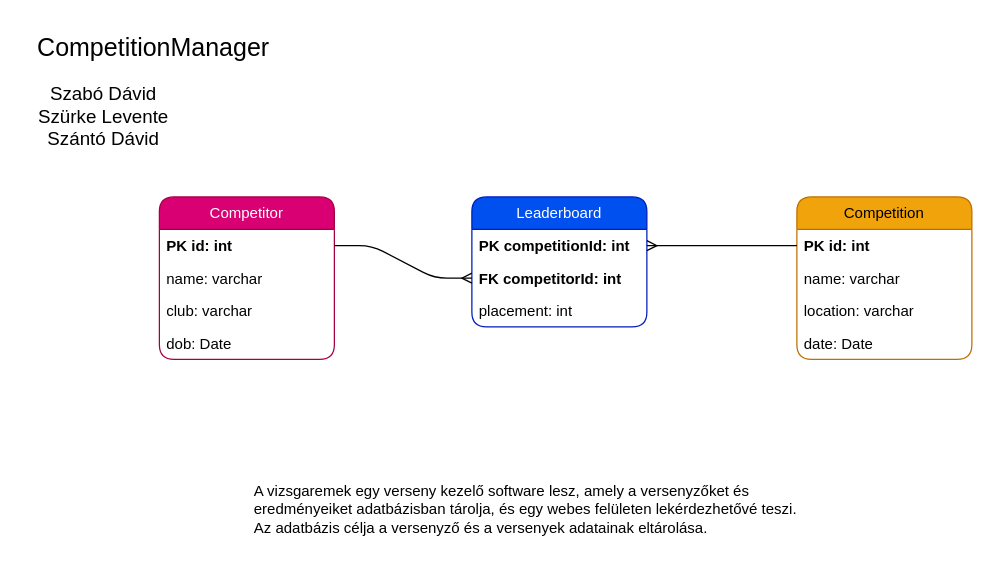
The draw.io diagram project/DatabaseDesign.drawio in szdav1/CompetitionManager-Admin, before the edit. Source tidied: cells renumbered, new cells numbered last; positions are measured from the earlier drawing's top-left corner, leaving out a move shared by most shapes. Both pictures are drawn from the tidied source at 125%, with x=0, y=0 at pixel (21, 21).
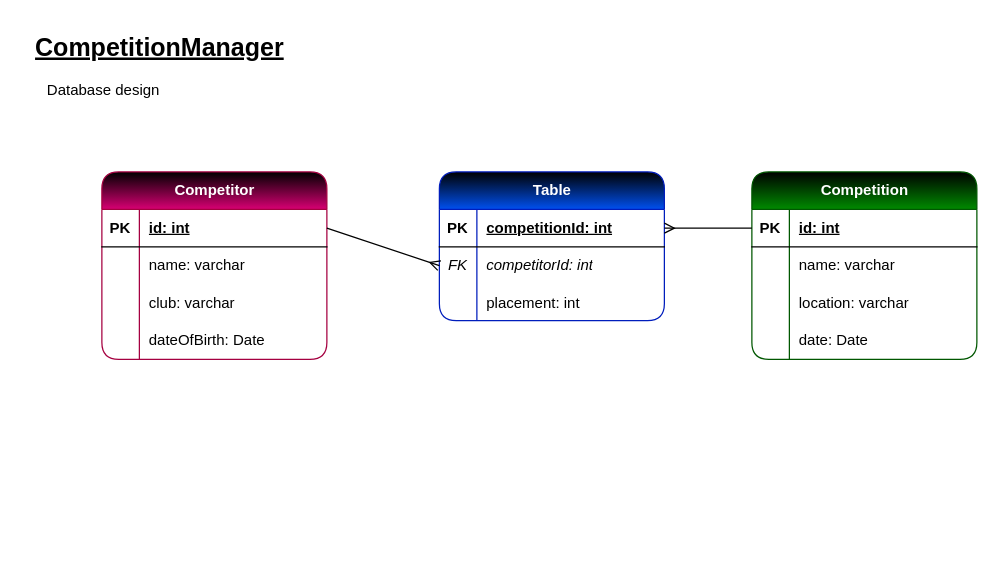
Above is the later version.

What changed in the source:
```diff
@@
-    <mxCell id="2" value="CompetitionManager" style="text;html=1;align=center;verticalAlign=middle;strokeColor=none;fillColor=none;fontSize=20;rounded=1;" parent="1" vertex="1">
-      <mxGeometry width="210" height="40" as="geometry" />
+    <mxCell id="2" value="CompetitionManager" style="text;html=1;align=center;verticalAlign=middle;strokeColor=none;fillColor=none;fontSize=20;rounded=1;fontStyle=5;" parent="1" vertex="1">
+      <mxGeometry width="220" height="40" as="geometry" />
     </mxCell>
-    <mxCell id="3" value="Szabó Dávid&lt;br style=&quot;font-size: 15px;&quot;&gt;Szürke Levente&lt;br style=&quot;font-size: 15px;&quot;&gt;Szántó Dávid" style="text;html=1;align=center;verticalAlign=middle;strokeColor=none;fillColor=none;fontSize=15;rounded=1;" parent="1" vertex="1">
-      <mxGeometry y="40" width="130" height="70" as="geometry" />
-    </mxCell>
-    <mxCell id="4" value="Competitor" style="swimlane;fontStyle=0;horizontal=1;startSize=26;fillColor=#d80073;whiteSpace=wrap;html=1;rounded=1;fontColor=#ffffff;strokeColor=#A50040;" parent="1" vertex="1">
-      <mxGeometry x="110" y="140" width="140" height="130" as="geometry" />
+    <mxCell id="4" value="Competitor" style="shape=table;startSize=30;childLayout=tableLayout;rowLines=0;fontStyle=1;align=center;html=1;rounded=1;shadow=0;fillColor=#d80073;fontColor=#ffffff;strokeColor=#A50040;swimlaneFillColor=none;gradientColor=default;gradientDirection=north;" parent="1" vertex="1">
+      <mxGeometry x="64" y="120" width="180" height="150" as="geometry" />
     </mxCell>
-    <mxCell id="5" value="PK id: int" style="text;strokeColor=none;fillColor=none;align=left;verticalAlign=top;spacingLeft=4;spacingRight=4;overflow=hidden;points=[[0,0.5],[1,0.5]];portConstraint=eastwest;whiteSpace=wrap;html=1;fontStyle=1;" parent="4" vertex="1">
-      <mxGeometry y="26" width="140" height="26" as="geometry" />
-    </mxCell>
-    <mxCell id="6" value="name: varchar" style="text;strokeColor=none;fillColor=none;align=left;verticalAlign=top;spacingLeft=4;spacingRight=4;overflow=hidden;whiteSpace=wrap;html=1;rounded=1;fontStyle=0;" parent="4" vertex="1">
-      <mxGeometry y="52" width="140" height="26" as="geometry" />
-    </mxCell>
+    <mxCell id="21" style="shape=tableRow;horizontal=0;startSize=0;swimlaneHead=0;swimlaneBody=0;fillColor=none;points=[[0,0.5],[1,0.5]];portConstraint=eastwest;top=0;left=0;right=0;bottom=1;" parent="4" vertex="1">
+      <mxGeometry y="30" width="180" height="30" as="geometry" />
+    </mxCell>
+    <mxCell id="22" value="PK" style="shape=partialRectangle;fillColor=none;top=0;left=0;bottom=0;right=0;fontStyle=1;overflow=hidden;whiteSpace=wrap;html=1;" parent="21" vertex="1">
+      <mxGeometry width="30" height="30" as="geometry" />
+    </mxCell>
+    <mxCell id="23" value="id: int" style="shape=partialRectangle;fillColor=none;top=0;left=0;bottom=0;right=0;align=left;spacingLeft=6;fontStyle=5;overflow=hidden;whiteSpace=wrap;html=1;" parent="21" vertex="1">
+      <mxGeometry x="30" width="150" height="30" as="geometry" />
+    </mxCell>
+    <mxCell id="24" style="shape=tableRow;horizontal=0;startSize=0;swimlaneHead=0;swimlaneBody=0;fillColor=none;top=0;left=0;right=0;bottom=0;" parent="4" vertex="1">
+      <mxGeometry y="60" width="180" height="30" as="geometry" />
+    </mxCell>
+    <mxCell id="25" style="shape=partialRectangle;fillColor=none;top=0;left=0;bottom=0;right=0;overflow=hidden;whiteSpace=wrap;html=1;" parent="24" vertex="1">
+      <mxGeometry width="30" height="30" as="geometry" />
+    </mxCell>
+    <mxCell id="26" value="name: varchar" style="shape=partialRectangle;fillColor=none;top=0;left=0;bottom=0;right=0;align=left;spacingLeft=6;overflow=hidden;whiteSpace=wrap;html=1;" parent="24" vertex="1">
+      <mxGeometry x="30" width="150" height="30" as="geometry" />
+    </mxCell>
+    <mxCell id="27" style="shape=tableRow;horizontal=0;startSize=0;swimlaneHead=0;swimlaneBody=0;fillColor=none;top=0;left=0;right=0;bottom=0;" parent="4" vertex="1">
+      <mxGeometry y="90" width="180" height="30" as="geometry" />
+    </mxCell>
+    <mxCell id="28" style="shape=partialRectangle;fillColor=none;top=0;left=0;bottom=0;right=0;overflow=hidden;whiteSpace=wrap;html=1;" parent="27" vertex="1">
+      <mxGeometry width="30" height="30" as="geometry" />
+    </mxCell>
-    <mxCell id="7" value="club: varchar" style="text;strokeColor=none;fillColor=none;align=left;verticalAlign=top;spacingLeft=4;spacingRight=4;overflow=hidden;whiteSpace=wrap;html=1;rounded=1;fontStyle=0;" parent="4" vertex="1">
-      <mxGeometry y="78" width="140" height="26" as="geometry" />
+    <mxCell id="7" value="club: varchar" style="shape=partialRectangle;fillColor=none;top=0;left=0;bottom=0;right=0;align=left;spacingLeft=6;overflow=hidden;whiteSpace=wrap;html=1;" parent="27" vertex="1">
+      <mxGeometry x="30" width="150" height="30" as="geometry" />
     </mxCell>
-    <mxCell id="8" value="dob: Date" style="text;strokeColor=none;fillColor=none;align=left;verticalAlign=top;spacingLeft=4;spacingRight=4;overflow=hidden;whiteSpace=wrap;html=1;rounded=1;fontStyle=0;" parent="4" vertex="1">
-      <mxGeometry y="104" width="140" height="26" as="geometry" />
-    </mxCell>
+    <mxCell id="29" style="shape=tableRow;horizontal=0;startSize=0;swimlaneHead=0;swimlaneBody=0;fillColor=none;top=0;left=0;right=0;bottom=0;" parent="4" vertex="1">
+      <mxGeometry y="120" width="180" height="30" as="geometry" />
+    </mxCell>
+    <mxCell id="30" style="shape=partialRectangle;fillColor=none;top=0;left=0;bottom=0;right=0;overflow=hidden;whiteSpace=wrap;html=1;" parent="29" vertex="1">
+      <mxGeometry width="30" height="30" as="geometry" />
+    </mxCell>
+    <mxCell id="31" value="dateOfBirth: Date" style="shape=partialRectangle;fillColor=none;top=0;left=0;bottom=0;right=0;align=left;spacingLeft=6;overflow=hidden;whiteSpace=wrap;html=1;" parent="29" vertex="1">
+      <mxGeometry x="30" width="150" height="30" as="geometry" />
+    </mxCell>
+    <mxCell id="32" value="Table" style="shape=table;startSize=30;childLayout=tableLayout;rowLines=0;fontStyle=1;align=center;html=1;rounded=1;shadow=0;fillColor=#0050ef;fontColor=#ffffff;strokeColor=#001DBC;swimlaneFillColor=none;gradientColor=default;gradientDirection=north;" parent="1" vertex="1">
+      <mxGeometry x="334" y="120" width="180" height="119" as="geometry" />
+    </mxCell>
+    <mxCell id="33" style="shape=tableRow;horizontal=0;startSize=0;swimlaneHead=0;swimlaneBody=0;fillColor=none;points=[[0,0.5],[1,0.5]];portConstraint=eastwest;top=0;left=0;right=0;bottom=1;" parent="32" vertex="1">
+      <mxGeometry y="30" width="180" height="30" as="geometry" />
+    </mxCell>
+    <mxCell id="34" value="PK" style="shape=partialRectangle;fillColor=none;top=0;left=0;bottom=0;right=0;fontStyle=1;overflow=hidden;whiteSpace=wrap;html=1;" parent="33" vertex="1">
+      <mxGeometry width="30" height="30" as="geometry" />
+    </mxCell>
+    <mxCell id="35" value="competitionId: int" style="shape=partialRectangle;fillColor=none;top=0;left=0;bottom=0;right=0;align=left;spacingLeft=6;fontStyle=5;overflow=hidden;whiteSpace=wrap;html=1;" parent="33" vertex="1">
+      <mxGeometry x="30" width="150" height="30" as="geometry" />
+    </mxCell>
+    <mxCell id="36" style="shape=tableRow;horizontal=0;startSize=0;swimlaneHead=0;swimlaneBody=0;fillColor=none;points=[[0,0.5],[1,0.5]];portConstraint=eastwest;top=0;left=0;right=0;bottom=0;" parent="32" vertex="1">
+      <mxGeometry y="60" width="180" height="30" as="geometry" />
+    </mxCell>
+    <mxCell id="37" value="FK" style="shape=partialRectangle;fillColor=none;top=0;left=0;bottom=0;right=0;fontStyle=2;overflow=hidden;whiteSpace=wrap;html=1;" parent="36" vertex="1">
+      <mxGeometry width="30" height="30" as="geometry" />
+    </mxCell>
+    <mxCell id="38" value="competitorId: int" style="shape=partialRectangle;fillColor=none;top=0;left=0;bottom=0;right=0;align=left;spacingLeft=6;fontStyle=2;overflow=hidden;whiteSpace=wrap;html=1;" parent="36" vertex="1">
+      <mxGeometry x="30" width="150" height="30" as="geometry" />
+    </mxCell>
+    <mxCell id="39" style="shape=tableRow;horizontal=0;startSize=0;swimlaneHead=0;swimlaneBody=0;fillColor=none;top=0;left=0;right=0;bottom=0;" parent="32" vertex="1">
+      <mxGeometry y="90" width="180" height="29" as="geometry" />
+    </mxCell>
+    <mxCell id="40" style="shape=partialRectangle;fillColor=none;top=0;left=0;bottom=0;right=0;overflow=hidden;whiteSpace=wrap;html=1;" parent="39" vertex="1">
+      <mxGeometry width="30" height="29" as="geometry" />
+    </mxCell>
+    <mxCell id="17" value="placement: int" style="shape=partialRectangle;fillColor=none;top=0;left=0;bottom=0;right=0;align=left;spacingLeft=6;overflow=hidden;whiteSpace=wrap;html=1;" parent="39" vertex="1">
+      <mxGeometry x="30" width="150" height="29" as="geometry" />
+    </mxCell>
-    <mxCell id="9" value="Competition" style="swimlane;fontStyle=0;horizontal=1;startSize=26;fillColor=#f0a30a;whiteSpace=wrap;html=1;rounded=1;fontColor=#000000;strokeColor=#BD7000;" parent="1" vertex="1">
-      <mxGeometry x="620" y="140" width="140" height="130" as="geometry" />
+    <mxCell id="9" value="Competition" style="shape=table;startSize=30;childLayout=tableLayout;rowLines=0;fontStyle=1;align=center;html=1;rounded=1;shadow=0;fillColor=#008a00;fontColor=#ffffff;strokeColor=#005700;swimlaneFillColor=none;gradientColor=default;gradientDirection=north;" parent="1" vertex="1">
+      <mxGeometry x="584" y="120" width="180" height="150" as="geometry" />
     </mxCell>
-    <mxCell id="10" value="PK id: int" style="text;strokeColor=none;fillColor=none;align=left;verticalAlign=top;spacingLeft=4;spacingRight=4;overflow=hidden;points=[[0,0.5],[1,0.5]];portConstraint=eastwest;whiteSpace=wrap;html=1;fontStyle=1;" parent="9" vertex="1">
-      <mxGeometry y="26" width="140" height="26" as="geometry" />
-    </mxCell>
-    <mxCell id="11" value="name: varchar" style="text;strokeColor=none;fillColor=none;align=left;verticalAlign=top;spacingLeft=4;spacingRight=4;overflow=hidden;whiteSpace=wrap;html=1;" parent="9" vertex="1">
-      <mxGeometry y="52" width="140" height="26" as="geometry" />
-    </mxCell>
+    <mxCell id="41" style="shape=tableRow;horizontal=0;startSize=0;swimlaneHead=0;swimlaneBody=0;fillColor=none;points=[[0,0.5],[1,0.5]];portConstraint=eastwest;top=0;left=0;right=0;bottom=1;" parent="9" vertex="1">
+      <mxGeometry y="30" width="180" height="30" as="geometry" />
+    </mxCell>
+    <mxCell id="42" value="PK" style="shape=partialRectangle;fillColor=none;top=0;left=0;bottom=0;right=0;fontStyle=1;overflow=hidden;whiteSpace=wrap;html=1;" parent="41" vertex="1">
+      <mxGeometry width="30" height="30" as="geometry" />
+    </mxCell>
+    <mxCell id="43" value="id: int" style="shape=partialRectangle;fillColor=none;top=0;left=0;bottom=0;right=0;align=left;spacingLeft=6;fontStyle=5;overflow=hidden;whiteSpace=wrap;html=1;" parent="41" vertex="1">
+      <mxGeometry x="30" width="150" height="30" as="geometry" />
+    </mxCell>
+    <mxCell id="44" style="shape=tableRow;horizontal=0;startSize=0;swimlaneHead=0;swimlaneBody=0;fillColor=none;top=0;left=0;right=0;bottom=0;" parent="9" vertex="1">
+      <mxGeometry y="60" width="180" height="30" as="geometry" />
+    </mxCell>
+    <mxCell id="45" style="shape=partialRectangle;fillColor=none;top=0;left=0;bottom=0;right=0;overflow=hidden;whiteSpace=wrap;html=1;" parent="44" vertex="1">
+      <mxGeometry width="30" height="30" as="geometry" />
+    </mxCell>
+    <mxCell id="46" value="name: varchar" style="shape=partialRectangle;fillColor=none;top=0;left=0;bottom=0;right=0;align=left;spacingLeft=6;overflow=hidden;whiteSpace=wrap;html=1;" parent="44" vertex="1">
+      <mxGeometry x="30" width="150" height="30" as="geometry" />
+    </mxCell>
+    <mxCell id="47" style="shape=tableRow;horizontal=0;startSize=0;swimlaneHead=0;swimlaneBody=0;fillColor=none;top=0;left=0;right=0;bottom=0;" parent="9" vertex="1">
+      <mxGeometry y="90" width="180" height="30" as="geometry" />
+    </mxCell>
+    <mxCell id="48" style="shape=partialRectangle;fillColor=none;top=0;left=0;bottom=0;right=0;overflow=hidden;whiteSpace=wrap;html=1;" parent="47" vertex="1">
+      <mxGeometry width="30" height="30" as="geometry" />
+    </mxCell>
-    <mxCell id="12" value="location: varchar" style="text;strokeColor=none;fillColor=none;align=left;verticalAlign=top;spacingLeft=4;spacingRight=4;overflow=hidden;whiteSpace=wrap;html=1;" parent="9" vertex="1">
-      <mxGeometry y="78" width="140" height="26" as="geometry" />
+    <mxCell id="12" value="location: varchar" style="shape=partialRectangle;fillColor=none;top=0;left=0;bottom=0;right=0;align=left;spacingLeft=6;overflow=hidden;whiteSpace=wrap;html=1;" parent="47" vertex="1">
+      <mxGeometry x="30" width="150" height="30" as="geometry" />
     </mxCell>
+    <mxCell id="49" style="shape=tableRow;horizontal=0;startSize=0;swimlaneHead=0;swimlaneBody=0;fillColor=none;top=0;left=0;right=0;bottom=0;" parent="9" vertex="1">
+      <mxGeometry y="120" width="180" height="30" as="geometry" />
+    </mxCell>
+    <mxCell id="50" style="shape=partialRectangle;fillColor=none;top=0;left=0;bottom=0;right=0;overflow=hidden;whiteSpace=wrap;html=1;" parent="49" vertex="1">
+      <mxGeometry width="30" height="30" as="geometry" />
+    </mxCell>
-    <mxCell id="13" value="date: Date" style="text;strokeColor=none;fillColor=none;align=left;verticalAlign=top;spacingLeft=4;spacingRight=4;overflow=hidden;whiteSpace=wrap;html=1;" parent="9" vertex="1">
-      <mxGeometry y="104" width="140" height="26" as="geometry" />
+    <mxCell id="13" value="date: Date" style="shape=partialRectangle;fillColor=none;top=0;left=0;bottom=0;right=0;align=left;spacingLeft=6;overflow=hidden;whiteSpace=wrap;html=1;" parent="49" vertex="1">
+      <mxGeometry x="30" width="150" height="30" as="geometry" />
     </mxCell>
-    <mxCell id="14" value="Leaderboard" style="swimlane;fontStyle=0;horizontal=1;startSize=26;fillColor=#0050ef;whiteSpace=wrap;html=1;rounded=1;fontColor=#ffffff;strokeColor=#001DBC;" parent="1" vertex="1">
-      <mxGeometry x="360" y="140" width="140" height="104" as="geometry" />
-    </mxCell>
-    <mxCell id="15" value="PK competitionId: int" style="text;strokeColor=none;fillColor=none;align=left;verticalAlign=top;spacingLeft=4;spacingRight=4;overflow=hidden;points=[[0,0.5],[1,0.5]];portConstraint=eastwest;whiteSpace=wrap;html=1;fontStyle=1;" parent="14" vertex="1">
-      <mxGeometry y="26" width="140" height="26" as="geometry" />
-    </mxCell>
-    <mxCell id="16" value="FK competitorId: int" style="text;strokeColor=none;fillColor=none;align=left;verticalAlign=top;spacingLeft=4;spacingRight=4;overflow=hidden;points=[[0,0.5],[1,0.5]];portConstraint=eastwest;whiteSpace=wrap;html=1;fontStyle=1;" parent="14" vertex="1">
-      <mxGeometry y="52" width="140" height="26" as="geometry" />
-    </mxCell>
-    <mxCell id="17" value="placement: int" style="text;strokeColor=none;fillColor=none;align=left;verticalAlign=top;spacingLeft=4;spacingRight=4;overflow=hidden;whiteSpace=wrap;html=1;" parent="14" vertex="1">
-      <mxGeometry y="78" width="140" height="26" as="geometry" />
-    </mxCell>
-    <mxCell id="18" style="edgeStyle=entityRelationEdgeStyle;fontSize=12;html=1;endArrow=ERmany;rounded=1;exitX=0;exitY=0.5;exitDx=0;exitDy=0;entryX=1;entryY=0.5;entryDx=0;entryDy=0;" parent="1" edge="1" source="10" target="15">
-      <mxGeometry relative="1" as="geometry" />
-    </mxCell>
-    <mxCell id="19" style="edgeStyle=entityRelationEdgeStyle;fontSize=12;html=1;endArrow=ERmany;rounded=1;exitX=1;exitY=0.5;exitDx=0;exitDy=0;entryX=0;entryY=0.5;entryDx=0;entryDy=0;" parent="1" edge="1" source="5" target="16">
-      <mxGeometry relative="1" as="geometry" />
-    </mxCell>
-    <mxCell id="20" value="A vizsgaremek egy verseny kezelő software lesz, amely a versenyzőket és &lt;br&gt;eredményeiket adatbázisban tárolja, és egy webes felületen lekérdezhetővé teszi.&lt;br&gt;Az adatbázis célja a versenyző és a versenyek adatainak eltárolása." style="text;html=1;align=left;verticalAlign=middle;strokeColor=none;fillColor=none;" parent="1" vertex="1">
-      <mxGeometry x="184" y="360" width="460" height="60" as="geometry" />
-    </mxCell>
+    <mxCell id="51" style="fontSize=12;html=1;endArrow=ERmany;entryX=0;entryY=0.5;entryDx=0;entryDy=0;curved=1;exitX=1;exitY=0.5;exitDx=0;exitDy=0;" parent="1" edge="1" source="21" target="36">
+      <mxGeometry relative="1" as="geometry" />
+    </mxCell>
+    <mxCell id="52" style="fontSize=12;html=1;endArrow=ERmany;entryX=1;entryY=0.5;entryDx=0;entryDy=0;curved=1;exitX=0;exitY=0.5;exitDx=0;exitDy=0;" parent="1" edge="1" source="41" target="33">
+      <mxGeometry relative="1" as="geometry" />
+    </mxCell>
+    <mxCell id="53" value="Database design" style="text;html=1;align=center;verticalAlign=middle;strokeColor=none;fillColor=none;" parent="1" vertex="1">
+      <mxGeometry x="10" y="40" width="110" height="30" as="geometry" />
+    </mxCell>
```
